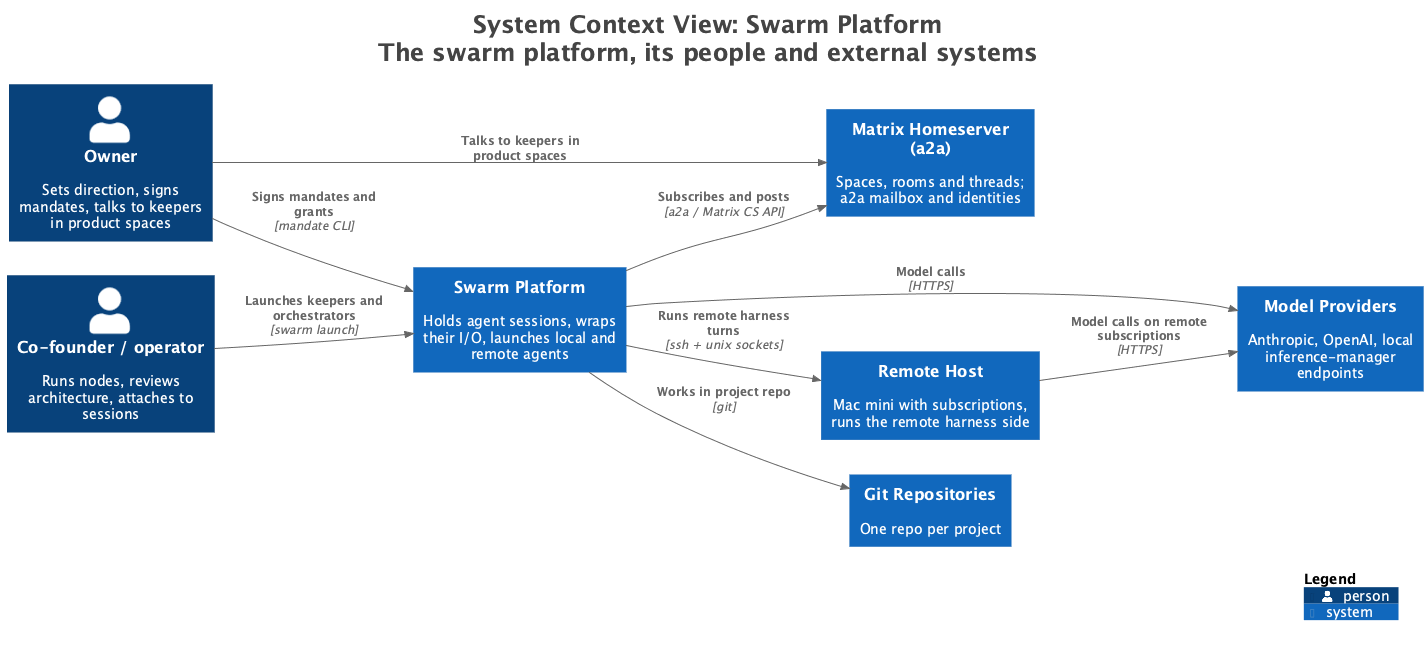
Above: diagrams/artefacts/c4/structurizr-SystemContext.png in relux-works/swarm-platform-architecture (PlantUML), before the change. Its diagram source:
```plantuml
@startuml
title <size:24>System Context View: Swarm Platform</size>\n<size:24>The swarm platform, its people and external systems</size>

set separator none
left to right direction

<style>
  root {
    BackgroundColor: #ffffff
    FontColor: #444444
  }
</style>

!include <C4/C4>
!include <C4/C4_Context>

Person(Owner, "Owner", $descr="Sets direction, signs mandates, talks to keepers in product spaces", $tags="", $link="")
Person(Cofounderoperator, "Co-founder / operator", $descr="Runs nodes, reviews architecture, attaches to sessions", $tags="", $link="")
System(SwarmPlatform, "Swarm Platform", $descr="Holds agent sessions, wraps their I/O, launches local and remote agents", $tags="", $link="")
System(MatrixHomeservera2a, "Matrix Homeserver (a2a)", $descr="Spaces, rooms and threads; a2a mailbox and identities", $tags="", $link="")
System(ModelProviders, "Model Providers", $descr="Anthropic, OpenAI, local inference-manager endpoints", $tags="", $link="")
System(RemoteHost, "Remote Host", $descr="Mac mini with subscriptions, runs the remote harness side", $tags="", $link="")
System(GitRepositories, "Git Repositories", $descr="One repo per project", $tags="", $link="")

Rel(Owner, MatrixHomeservera2a, "Talks to keepers in product spaces", $techn="", $tags="", $link="")
Rel(Owner, SwarmPlatform, "Signs mandates and grants", $techn="mandate CLI", $tags="", $link="")
Rel(Cofounderoperator, SwarmPlatform, "Launches keepers and orchestrators", $techn="swarm launch", $tags="", $link="")
Rel(SwarmPlatform, MatrixHomeservera2a, "Subscribes and posts", $techn="a2a / Matrix CS API", $tags="", $link="")
Rel(SwarmPlatform, ModelProviders, "Model calls", $techn="HTTPS", $tags="", $link="")
Rel(SwarmPlatform, GitRepositories, "Works in project repo", $techn="git", $tags="", $link="")
Rel(SwarmPlatform, RemoteHost, "Runs remote harness turns", $techn="ssh + unix sockets", $tags="", $link="")
Rel(RemoteHost, ModelProviders, "Model calls on remote subscriptions", $techn="HTTPS", $tags="", $link="")

SHOW_LEGEND(true)
hide stereotypes
@enduml
```
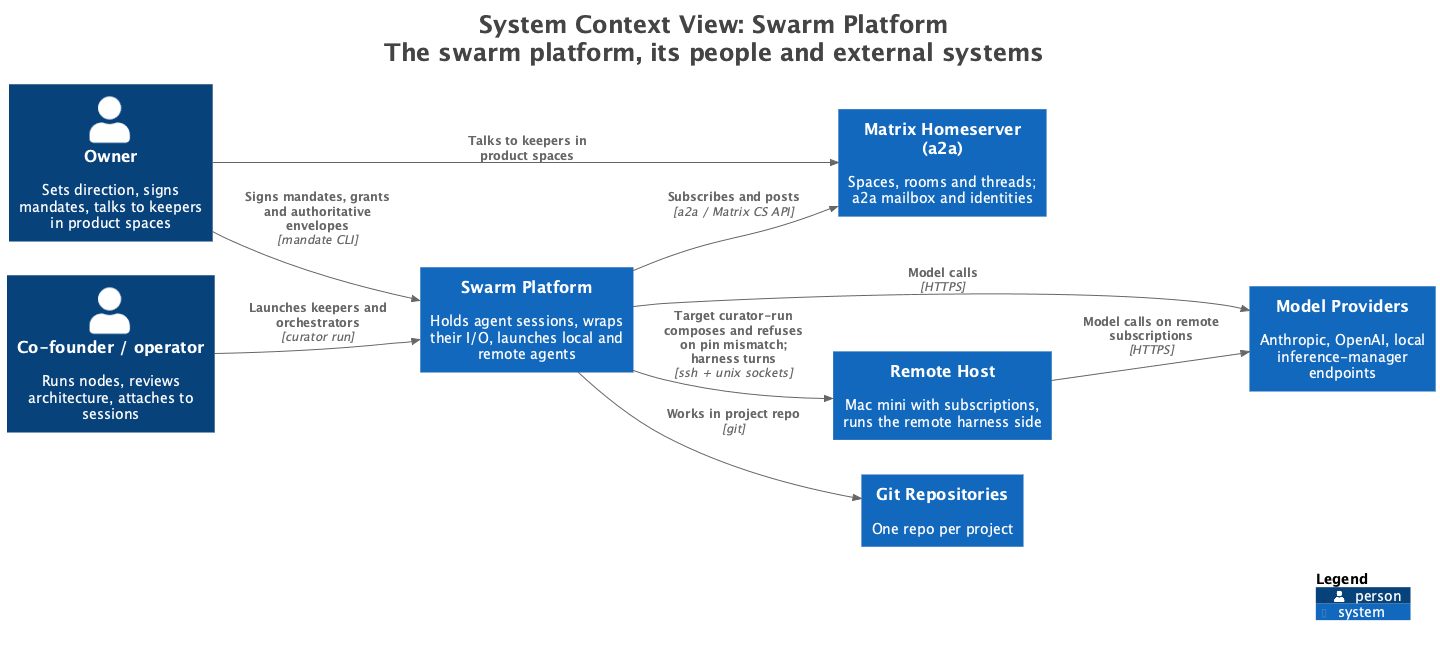
After the change.

Change to the diagram source:
```diff
@@ -22,14 +22,14 @@
 System(RemoteHost, "Remote Host", $descr="Mac mini with subscriptions, runs the remote harness side", $tags="", $link="")
 System(GitRepositories, "Git Repositories", $descr="One repo per project", $tags="", $link="")
 
-Rel(Owner, MatrixHomeservera2a, "Talks to keepers in product spaces", $techn="", $tags="", $link="")
-Rel(Owner, SwarmPlatform, "Signs mandates and grants", $techn="mandate CLI", $tags="", $link="")
-Rel(Cofounderoperator, SwarmPlatform, "Launches keepers and orchestrators", $techn="swarm launch", $tags="", $link="")
 Rel(SwarmPlatform, MatrixHomeservera2a, "Subscribes and posts", $techn="a2a / Matrix CS API", $tags="", $link="")
 Rel(SwarmPlatform, ModelProviders, "Model calls", $techn="HTTPS", $tags="", $link="")
 Rel(SwarmPlatform, GitRepositories, "Works in project repo", $techn="git", $tags="", $link="")
-Rel(SwarmPlatform, RemoteHost, "Runs remote harness turns", $techn="ssh + unix sockets", $tags="", $link="")
+Rel(SwarmPlatform, RemoteHost, "Target curator-run composes and refuses on pin mismatch; harness turns", $techn="ssh + unix sockets", $tags="", $link="")
 Rel(RemoteHost, ModelProviders, "Model calls on remote subscriptions", $techn="HTTPS", $tags="", $link="")
+Rel(Owner, MatrixHomeservera2a, "Talks to keepers in product spaces", $techn="", $tags="", $link="")
+Rel(Owner, SwarmPlatform, "Signs mandates, grants and authoritative envelopes", $techn="mandate CLI", $tags="", $link="")
+Rel(Cofounderoperator, SwarmPlatform, "Launches keepers and orchestrators", $techn="curator run", $tags="", $link="")
 
 SHOW_LEGEND(true)
 hide stereotypes
```
